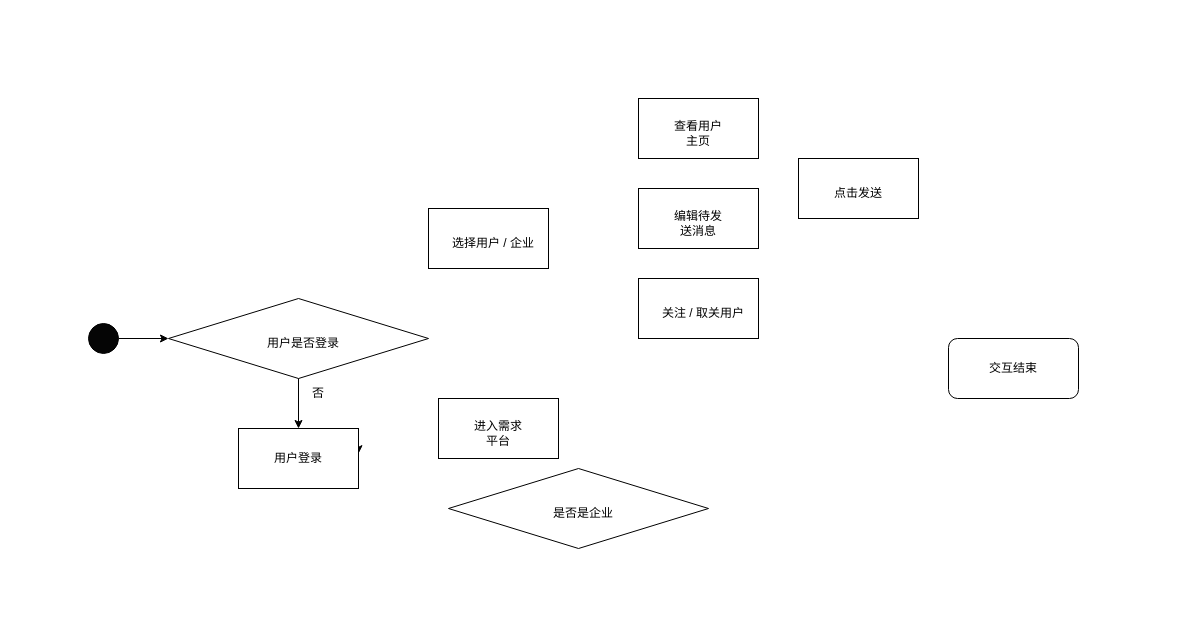
Earlier version of the draw.io diagram 2024-BUAA-SE/需求规格书/未命名绘图.drawio (jongsh/drawio). Source tidied: cells renumbered, new cells numbered last; positions are measured from the earlier drawing's top-left corner, leaving out a move shared by most shapes. Both pictures are drawn from the tidied source at 100%, with x=0, y=0 at pixel (88, 98).
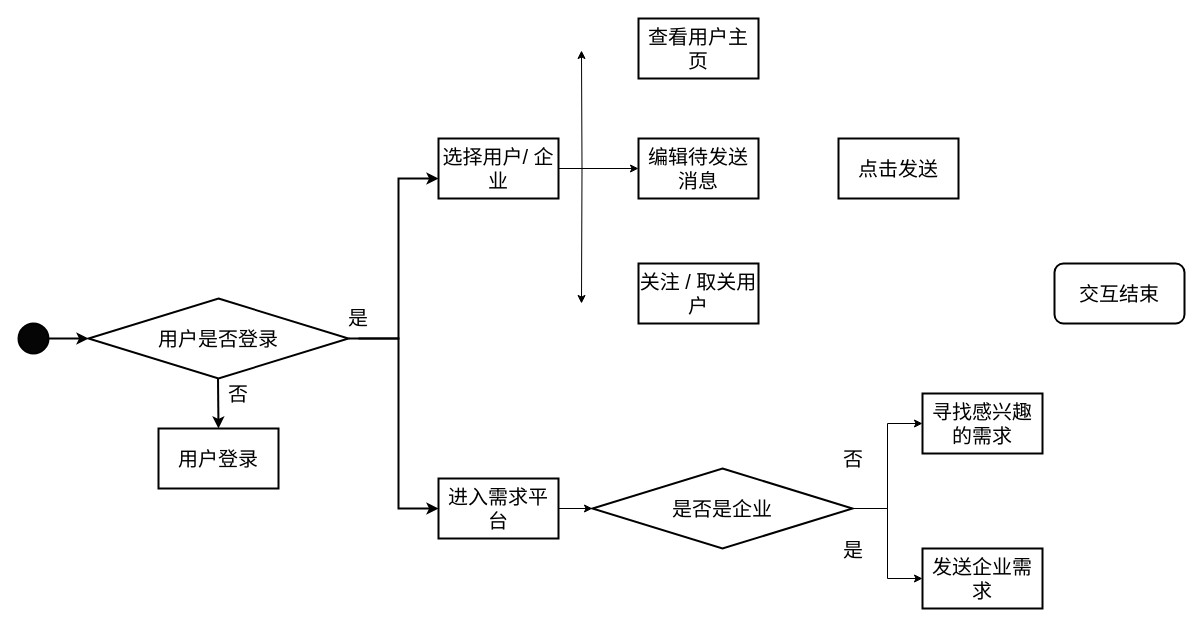
Above is the later version.

Commit message:
更新用户流程.drawio

The edit, as a diff of the source:
```diff
@@
-    <mxCell id="2" style="ellipse;whiteSpace=wrap;html=1;fillColor=#050505;" parent="1" vertex="1">
-      <mxGeometry y="225" width="30" height="30" as="geometry" />
+    <mxCell id="2" style="ellipse;whiteSpace=wrap;html=1;fillColor=#050505;strokeWidth=2;" parent="1" vertex="1">
+      <mxGeometry x="-70" y="225" width="30" height="30" as="geometry" />
     </mxCell>
-    <mxCell id="3" style="group;" parent="1" vertex="1">
-      <mxGeometry x="80" y="200" width="260" height="80" as="geometry" />
+    <mxCell id="3" style="group;strokeWidth=2;" parent="1" vertex="1">
+      <mxGeometry y="200" width="300" height="80" as="geometry" />
     </mxCell>
-    <mxCell id="4" style="rhombus;whiteSpace=wrap;html=1;" parent="3" vertex="1">
+    <mxCell id="4" value="&lt;font style=&quot;font-size: 20px;&quot;&gt;用户是否登录&lt;/font&gt;" style="rhombus;whiteSpace=wrap;html=1;strokeWidth=2;" parent="3" vertex="1">
       <mxGeometry width="260" height="80" as="geometry" />
     </mxCell>
-    <mxCell id="5" value="用户是否登录" style="text;html=1;align=center;verticalAlign=middle;whiteSpace=wrap;rounded=0;" parent="3" vertex="1">
-      <mxGeometry x="70" y="30" width="130" height="30" as="geometry" />
-    </mxCell>
-    <mxCell id="6" style="edgeStyle=orthogonalEdgeStyle;rounded=0;jettySize=auto;html=1;exitX=1;exitY=0.25;exitDx=0;exitDy=0;" parent="1" edge="1" source="8">
-      <mxGeometry relative="1" as="geometry">
-        <mxPoint x="270" y="355.2" as="targetPoint" />
-      </mxGeometry>
-    </mxCell>
+    <mxCell id="35" value="&lt;font style=&quot;font-size: 20px;&quot;&gt;是&lt;/font&gt;" style="text;html=1;align=center;verticalAlign=middle;whiteSpace=wrap;rounded=0;strokeWidth=2;" parent="3" vertex="1">
+      <mxGeometry x="240" y="4" width="60" height="30" as="geometry" />
+    </mxCell>
-    <mxCell id="7" style="group;" parent="1" vertex="1">
-      <mxGeometry x="150" y="330" width="120" height="60" as="geometry" />
+    <mxCell id="7" style="group;strokeWidth=2;" parent="1" vertex="1">
+      <mxGeometry x="70" y="330" width="120" height="60" as="geometry" />
     </mxCell>
-    <mxCell id="8" style="rounded=0;whiteSpace=wrap;html=1;" parent="7" vertex="1">
+    <mxCell id="8" value="&lt;font style=&quot;font-size: 20px;&quot;&gt;用户登录&lt;/font&gt;" style="rounded=0;whiteSpace=wrap;html=1;strokeWidth=2;" parent="7" vertex="1">
       <mxGeometry width="120" height="60" as="geometry" />
     </mxCell>
-    <mxCell id="9" value="用户登录" style="text;html=1;align=center;verticalAlign=middle;whiteSpace=wrap;rounded=0;" parent="7" vertex="1">
-      <mxGeometry x="30" y="15" width="60" height="30" as="geometry" />
-    </mxCell>
-    <mxCell id="10" style="endArrow=classic;html=1;rounded=0;entryX=0.5;entryY=0;entryDx=0;entryDy=0;" parent="1" edge="1" target="8">
+    <mxCell id="10" style="endArrow=classic;html=1;rounded=0;entryX=0.5;entryY=0;entryDx=0;entryDy=0;strokeWidth=2;" parent="1" edge="1" target="8">
       <mxGeometry relative="1" as="geometry">
-        <mxPoint x="210" y="280" as="sourcePoint" />
+        <mxPoint x="129.5" y="280" as="sourcePoint" />
       </mxGeometry>
     </mxCell>
-    <mxCell id="11" value="否" style="text;html=1;align=center;verticalAlign=middle;whiteSpace=wrap;rounded=0;" parent="1" vertex="1">
-      <mxGeometry x="200" y="280" width="60" height="30" as="geometry" />
+    <mxCell id="11" value="&lt;font style=&quot;font-size: 20px;&quot;&gt;否&lt;/font&gt;" style="text;html=1;align=center;verticalAlign=middle;whiteSpace=wrap;rounded=0;strokeWidth=2;" parent="1" vertex="1">
+      <mxGeometry x="119.5" y="280" width="60" height="30" as="geometry" />
     </mxCell>
-    <mxCell id="12" style="endArrow=classic;html=1;rounded=0;exitX=1;exitY=0.5;exitDx=0;exitDy=0;entryX=0;entryY=0.5;entryDx=0;entryDy=0;" parent="1" edge="1" source="2" target="4">
+    <mxCell id="12" style="endArrow=classic;html=1;rounded=0;exitX=1;exitY=0.5;exitDx=0;exitDy=0;entryX=0;entryY=0.5;entryDx=0;entryDy=0;strokeWidth=2;" parent="1" edge="1" source="2" target="4">
       <mxGeometry relative="1" as="geometry" />
     </mxCell>
-    <mxCell id="13" style="group;" parent="1" vertex="1">
-      <mxGeometry x="340" y="110" width="120" height="60" as="geometry" />
+    <mxCell id="13" style="group;strokeWidth=2;" parent="1" vertex="1">
+      <mxGeometry x="350" y="40" width="120" height="60" as="geometry" />
     </mxCell>
+    <mxCell id="36" style="edgeStyle=orthogonalEdgeStyle;rounded=0;jettySize=auto;html=1;exitX=0;exitY=0.5;exitDx=0;exitDy=0;strokeWidth=2;" parent="13" edge="1" source="14">
+      <mxGeometry relative="1" as="geometry">
+        <mxPoint x="0.3" y="29.9" as="targetPoint" />
+      </mxGeometry>
+    </mxCell>
+    <mxCell id="37" style="edgeStyle=orthogonalEdgeStyle;rounded=0;jettySize=auto;html=1;" parent="13" edge="1" source="14">
+      <mxGeometry relative="1" as="geometry">
+        <mxPoint x="143" y="-88" as="targetPoint" />
+      </mxGeometry>
+    </mxCell>
+    <mxCell id="38" style="edgeStyle=orthogonalEdgeStyle;rounded=0;jettySize=auto;html=1;" parent="13" edge="1" source="14">
+      <mxGeometry relative="1" as="geometry">
+        <mxPoint x="143" y="165" as="targetPoint" />
+      </mxGeometry>
+    </mxCell>
-    <mxCell id="14" style="rounded=0;whiteSpace=wrap;html=1;" parent="13" vertex="1">
+    <mxCell id="14" value="&lt;font style=&quot;font-size: 20px;&quot;&gt;选择用户/ 企业&lt;/font&gt;" style="rounded=0;whiteSpace=wrap;html=1;strokeWidth=2;" parent="13" vertex="1">
       <mxGeometry width="120" height="60" as="geometry" />
     </mxCell>
-    <mxCell id="15" value="选择用户 / 企业" style="text;html=1;align=center;verticalAlign=middle;whiteSpace=wrap;rounded=0;" parent="13" vertex="1">
-      <mxGeometry x="20" y="20" width="90" height="30" as="geometry" />
-    </mxCell>
+    <mxCell id="39" style="edgeStyle=orthogonalEdgeStyle;rounded=0;orthogonalLoop=1;jettySize=auto;html=1;exitX=1;exitY=0.5;exitDx=0;exitDy=0;strokeWidth=2;" parent="13" edge="1">
+      <mxGeometry relative="1" as="geometry">
+        <mxPoint x="-80" y="199.9" as="sourcePoint" />
+        <mxPoint y="40" as="targetPoint" />
+        <Array as="points">
+          <mxPoint x="-40" y="200" />
+          <mxPoint x="-40" y="40" />
+        </Array>
+      </mxGeometry>
+    </mxCell>
-    <mxCell id="16" style="group;" parent="1" vertex="1">
-      <mxGeometry x="550" width="120" height="60" as="geometry" />
+    <mxCell id="16" style="group;strokeWidth=2;" parent="1" vertex="1">
+      <mxGeometry x="550" y="-80" width="120" height="60" as="geometry" />
     </mxCell>
-    <mxCell id="17" style="rounded=0;whiteSpace=wrap;html=1;" parent="16" vertex="1">
+    <mxCell id="17" value="&lt;font style=&quot;font-size: 20px;&quot;&gt;查看用户主页&lt;/font&gt;" style="rounded=0;whiteSpace=wrap;html=1;strokeWidth=2;" parent="16" vertex="1">
       <mxGeometry width="120" height="60" as="geometry" />
     </mxCell>
-    <mxCell id="18" value="查看用户主页" style="text;html=1;align=center;verticalAlign=middle;whiteSpace=wrap;rounded=0;" parent="16" vertex="1">
-      <mxGeometry x="30" y="20" width="60" height="30" as="geometry" />
-    </mxCell>
-    <mxCell id="19" style="group;" parent="1" vertex="1">
-      <mxGeometry x="350" y="300" width="120" height="60" as="geometry" />
+    <mxCell id="19" style="group;strokeWidth=2;" parent="1" vertex="1">
+      <mxGeometry x="350" y="380" width="120" height="60" as="geometry" />
     </mxCell>
+    <mxCell id="40" style="edgeStyle=orthogonalEdgeStyle;rounded=0;jettySize=auto;html=1;exitX=1;exitY=0.5;exitDx=0;exitDy=0;" parent="19" edge="1" source="20">
+      <mxGeometry relative="1" as="geometry">
+        <mxPoint x="154" y="30.2" as="targetPoint" />
+      </mxGeometry>
+    </mxCell>
-    <mxCell id="20" style="rounded=0;whiteSpace=wrap;html=1;" parent="19" vertex="1">
+    <mxCell id="20" value="&lt;font style=&quot;font-size: 20px;&quot;&gt;进入需求平台&lt;/font&gt;" style="rounded=0;whiteSpace=wrap;html=1;strokeWidth=2;" parent="19" vertex="1">
       <mxGeometry width="120" height="60" as="geometry" />
     </mxCell>
-    <mxCell id="21" value="进入需求平台" style="text;html=1;align=center;verticalAlign=middle;whiteSpace=wrap;rounded=0;" parent="19" vertex="1">
-      <mxGeometry x="30" y="20" width="60" height="30" as="geometry" />
-    </mxCell>
-    <mxCell id="22" style="group;" parent="1" vertex="1">
-      <mxGeometry x="360" y="370" width="260" height="80" as="geometry" />
+    <mxCell id="22" style="group;strokeWidth=2;" parent="1" vertex="1">
+      <mxGeometry x="504" y="370" width="260" height="80" as="geometry" />
     </mxCell>
-    <mxCell id="23" style="rhombus;whiteSpace=wrap;html=1;" parent="22" vertex="1">
+    <mxCell id="23" value="&lt;font style=&quot;font-size: 20px;&quot;&gt;是否是企业&lt;/font&gt;" style="rhombus;whiteSpace=wrap;html=1;strokeWidth=2;" parent="22" vertex="1">
       <mxGeometry width="260" height="80" as="geometry" />
     </mxCell>
-    <mxCell id="24" value="是否是企业" style="text;html=1;align=center;verticalAlign=middle;whiteSpace=wrap;rounded=0;" parent="22" vertex="1">
-      <mxGeometry x="70" y="30" width="130" height="30" as="geometry" />
-    </mxCell>
-    <mxCell id="25" style="group;" parent="1" vertex="1">
-      <mxGeometry x="550" y="90" width="120" height="60" as="geometry" />
+    <mxCell id="25" style="group;strokeWidth=2;" parent="1" vertex="1">
+      <mxGeometry x="550" y="40" width="120" height="60" as="geometry" />
     </mxCell>
-    <mxCell id="26" style="rounded=0;whiteSpace=wrap;html=1;" parent="25" vertex="1">
+    <mxCell id="26" value="&lt;font style=&quot;font-size: 20px;&quot;&gt;编辑待发送消息&lt;/font&gt;" style="rounded=0;whiteSpace=wrap;html=1;strokeWidth=2;" parent="25" vertex="1">
       <mxGeometry width="120" height="60" as="geometry" />
     </mxCell>
-    <mxCell id="27" value="编辑待发送消息" style="text;html=1;align=center;verticalAlign=middle;whiteSpace=wrap;rounded=0;" parent="25" vertex="1">
-      <mxGeometry x="30" y="20" width="60" height="30" as="geometry" />
-    </mxCell>
-    <mxCell id="28" style="group;" parent="1" vertex="1">
-      <mxGeometry x="550" y="180" width="120" height="60" as="geometry" />
-    </mxCell>
+    <mxCell id="34" value="&lt;font style=&quot;font-size: 20px;&quot;&gt;交互结束&lt;/font&gt;" style="rounded=1;whiteSpace=wrap;html=1;strokeWidth=2;" parent="1" vertex="1">
+      <mxGeometry x="966" y="165" width="130" height="60" as="geometry" />
+    </mxCell>
+    <mxCell id="41" value="&lt;font style=&quot;font-size: 20px;&quot;&gt;寻找感兴趣的需求&lt;/font&gt;" style="rounded=0;whiteSpace=wrap;html=1;strokeWidth=2;" parent="1" vertex="1">
+      <mxGeometry x="834" y="295" width="120" height="60" as="geometry" />
+    </mxCell>
+    <mxCell id="42" value="&lt;font style=&quot;font-size: 20px;&quot;&gt;发送企业需求&lt;/font&gt;" style="rounded=0;whiteSpace=wrap;html=1;strokeWidth=2;" parent="1" vertex="1">
+      <mxGeometry x="834" y="450" width="120" height="60" as="geometry" />
+    </mxCell>
+    <mxCell id="43" style="endArrow=classic;html=1;rounded=0;entryX=0;entryY=0.5;entryDx=0;entryDy=0;strokeWidth=2;" parent="1" edge="1" target="20">
+      <mxGeometry relative="1" as="geometry">
+        <mxPoint x="260" y="240" as="sourcePoint" />
+        <Array as="points">
+          <mxPoint x="310" y="240" />
+          <mxPoint x="310" y="410" />
+        </Array>
+      </mxGeometry>
+    </mxCell>
-    <mxCell id="29" style="rounded=0;whiteSpace=wrap;html=1;" parent="28" vertex="1">
-      <mxGeometry width="120" height="60" as="geometry" />
+    <mxCell id="29" value="&lt;font style=&quot;font-size: 20px;&quot;&gt;关注 / 取关用户&lt;/font&gt;" style="rounded=0;whiteSpace=wrap;html=1;strokeWidth=2;" parent="1" vertex="1">
+      <mxGeometry x="550" y="165" width="120" height="60" as="geometry" />
     </mxCell>
-    <mxCell id="30" value="关注 / 取关用户" style="text;html=1;align=center;verticalAlign=middle;whiteSpace=wrap;rounded=0;" parent="28" vertex="1">
-      <mxGeometry x="20" y="20" width="90" height="30" as="geometry" />
-    </mxCell>
-    <mxCell id="31" style="group;" parent="1" vertex="1">
-      <mxGeometry x="710" y="60" width="120" height="60" as="geometry" />
-    </mxCell>
-    <mxCell id="32" style="rounded=0;whiteSpace=wrap;html=1;" parent="31" vertex="1">
-      <mxGeometry width="120" height="60" as="geometry" />
+    <mxCell id="32" value="&lt;font style=&quot;font-size: 20px;&quot;&gt;点击发送&lt;/font&gt;" style="rounded=0;whiteSpace=wrap;html=1;strokeWidth=2;" parent="1" vertex="1">
+      <mxGeometry x="750" y="40" width="120" height="60" as="geometry" />
     </mxCell>
-    <mxCell id="33" value="点击发送" style="text;html=1;align=center;verticalAlign=middle;whiteSpace=wrap;rounded=0;" parent="31" vertex="1">
-      <mxGeometry x="30" y="20" width="60" height="30" as="geometry" />
-    </mxCell>
-    <mxCell id="34" value="交互结束" style="rounded=1;whiteSpace=wrap;html=1;" parent="1" vertex="1">
-      <mxGeometry x="860" y="240" width="130" height="60" as="geometry" />
-    </mxCell>
+    <mxCell id="44" style="edgeStyle=orthogonalEdgeStyle;rounded=0;jettySize=auto;html=1;exitX=1;exitY=0.5;exitDx=0;exitDy=0;entryX=0;entryY=0.5;entryDx=0;entryDy=0;" parent="1" edge="1" source="23" target="42">
+      <mxGeometry relative="1" as="geometry" />
+    </mxCell>
+    <mxCell id="45" style="edgeStyle=orthogonalEdgeStyle;rounded=0;jettySize=auto;html=1;exitX=1;exitY=0.5;exitDx=0;exitDy=0;entryX=0;entryY=0.5;entryDx=0;entryDy=0;" parent="1" edge="1" source="23" target="41">
+      <mxGeometry relative="1" as="geometry" />
+    </mxCell>
+    <mxCell id="46" value="&lt;font style=&quot;font-size: 20px;&quot;&gt;是&lt;/font&gt;" style="text;html=1;align=center;verticalAlign=middle;whiteSpace=wrap;rounded=0;" parent="1" vertex="1">
+      <mxGeometry x="735" y="436" width="60" height="30" as="geometry" />
+    </mxCell>
+    <mxCell id="47" value="&lt;font style=&quot;font-size: 20px;&quot;&gt;否&lt;/font&gt;" style="text;html=1;align=center;verticalAlign=middle;whiteSpace=wrap;rounded=0;" parent="1" vertex="1">
+      <mxGeometry x="735" y="345" width="60" height="30" as="geometry" />
+    </mxCell>
+    <mxCell id="48" style="edgeStyle=orthogonalEdgeStyle;rounded=0;jettySize=auto;html=1;exitX=1;exitY=0.5;exitDx=0;exitDy=0;" parent="1" edge="1" source="14" target="26">
+      <mxGeometry relative="1" as="geometry" />
+    </mxCell>
```
